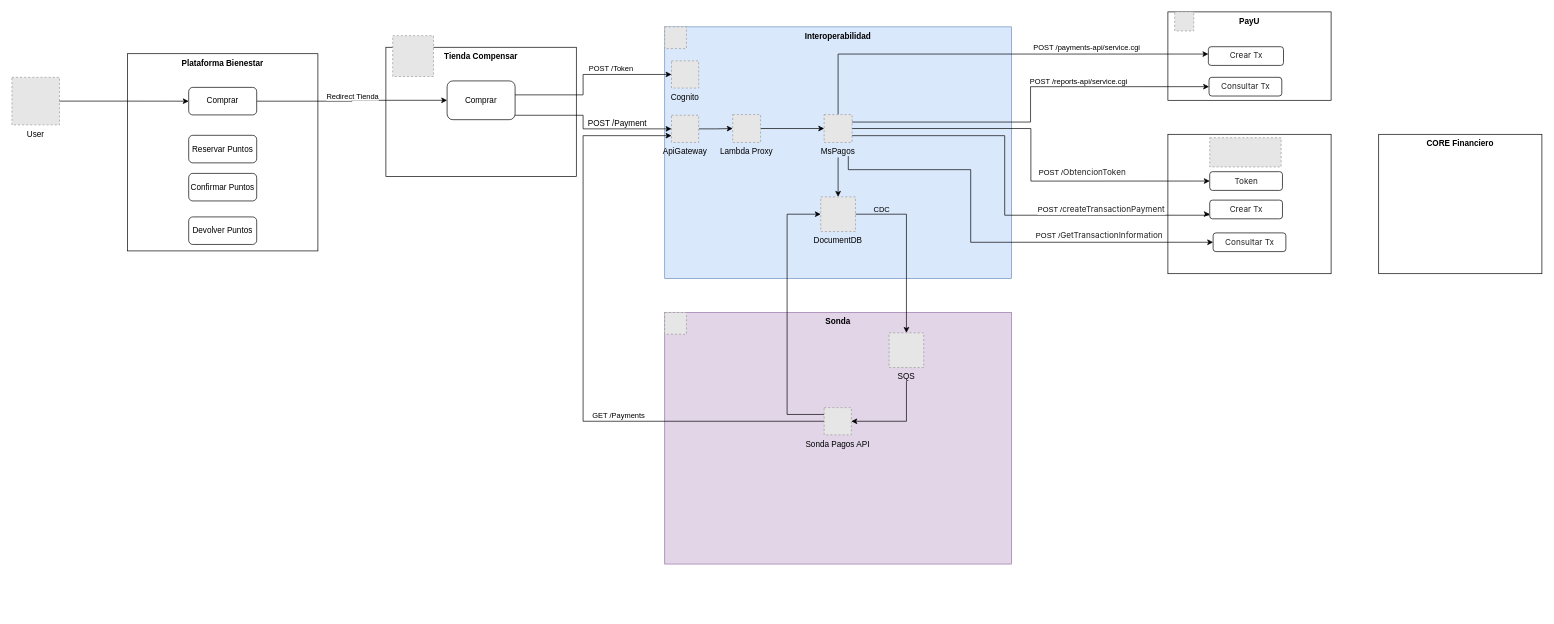
This is R+D.drawio from carlosvalderrama1204/diagrams, a draw.io file, before an edit. Source tidied: cells renumbered, new cells numbered last; positions are measured from the earlier drawing's top-left corner, leaving out a move shared by most shapes. Both pictures are drawn from the tidied source at 68%, with x=0, y=0 at pixel (12, 12). Pictures stored in the file or linked from it are replaced by grey dashed boxes.
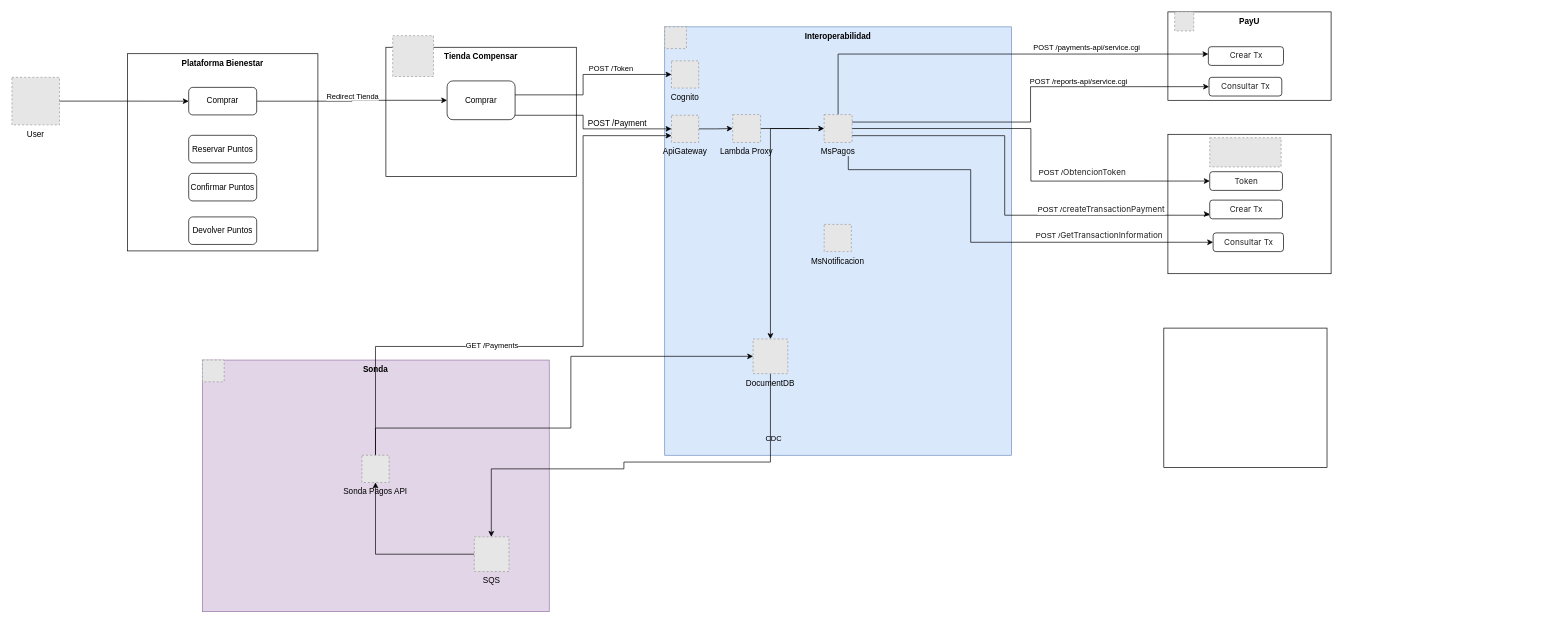
After the change.

The change refers to these unchanged cells:
```xml
<mxCell id="21" value="ApiGateway" style="fillColor=#E6E6E6;strokeColor=#999999;dashed=1;verticalLabelPosition=bottom;labelBackgroundColor=none;verticalAlign=top;" parent="1" vertex="1">
  <mxGeometry x="970" y="152" width="40" height="40" as="geometry" />
</mxCell>
```

The edit, as a diff of the source:
```diff
@@
     <mxCell id="2" value="Sonda" style="rounded=0;whiteSpace=wrap;html=1;verticalAlign=top;fontStyle=1;textShadow=0;fillColor=#e1d5e7;strokeColor=#9673a6;" parent="1" vertex="1">
-      <mxGeometry x="960" y="442" width="510" height="370" as="geometry" />
+      <mxGeometry x="280.2" y="512" width="510" height="370" as="geometry" />
     </mxCell>
@@
     <mxCell id="6" value="Interoperabilidad" style="rounded=0;whiteSpace=wrap;html=1;verticalAlign=top;fontStyle=1;textShadow=0;fillColor=#dae8fc;strokeColor=#6c8ebf;" parent="1" vertex="1">
-      <mxGeometry x="960" y="22" width="510" height="370" as="geometry" />
+      <mxGeometry x="960" y="22" width="510" height="630" as="geometry" />
     </mxCell>
@@
     <mxCell id="38" style="edgeStyle=orthogonalEdgeStyle;rounded=0;jettySize=auto;html=1;" parent="1" edge="1" source="40" target="57">
-      <mxGeometry relative="1" as="geometry" />
+      <mxGeometry relative="1" as="geometry">
+        <Array as="points">
+          <mxPoint x="1115" y="662" />
+          <mxPoint x="900" y="662" />
+          <mxPoint x="900" y="672" />
+          <mxPoint x="705" y="672" />
+        </Array>
+      </mxGeometry>
     </mxCell>
@@
     <mxCell id="40" value="DocumentDB" style="fillColor=#E6E6E6;strokeColor=#999999;dashed=1;verticalLabelPosition=bottom;labelBackgroundColor=none;verticalAlign=top;" parent="1" vertex="1">
-      <mxGeometry x="1189.5" y="272" width="51" height="51" as="geometry" />
+      <mxGeometry x="1090" y="481" width="51" height="51" as="geometry" />
     </mxCell>
@@
     <mxCell id="44" value="&lt;span style=&quot;color: rgb(33, 33, 33); font-family: Inter, system-ui, -apple-system, BlinkMacSystemFont, &amp;quot;Segoe UI&amp;quot;, Roboto, Oxygen, Ubuntu, Cantarell, &amp;quot;Fira Sans&amp;quot;, &amp;quot;Droid Sans&amp;quot;, Helvetica, Arial, sans-serif; text-align: left; white-space-collapse: preserve; background-color: rgb(255, 255, 255);&quot;&gt;Consultar Tx&lt;/span&gt;" style="rounded=1;whiteSpace=wrap;html=1;" parent="1" vertex="1">
-      <mxGeometry x="1766.5" y="325" width="107" height="27.5" as="geometry" />
+      <mxGeometry x="1766.5" y="325" width="103.5" height="27.5" as="geometry" />
     </mxCell>
@@
     <mxCell id="51" style="fillColor=#E6E6E6;strokeColor=#999999;dashed=1;verticalLabelPosition=bottom;labelBackgroundColor=default;verticalAlign=top;" parent="1" vertex="1">
-      <mxGeometry x="960" y="442" width="32" height="32" as="geometry" />
+      <mxGeometry x="280.2" y="512" width="32" height="32" as="geometry" />
     </mxCell>
-    <mxCell id="52" style="edgeStyle=orthogonalEdgeStyle;rounded=0;jettySize=auto;html=1;entryX=0;entryY=0.5;entryDx=0;entryDy=0;" parent="1" edge="1" source="55" target="40">
-      <mxGeometry relative="1" as="geometry">
-        <Array as="points">
-          <mxPoint x="1140" y="592" />
-          <mxPoint x="1140" y="298" />
-        </Array>
-      </mxGeometry>
-    </mxCell>
     <mxCell id="53" style="edgeStyle=orthogonalEdgeStyle;rounded=0;jettySize=auto;html=1;entryX=0;entryY=0.75;entryDx=0;entryDy=0;" parent="1" edge="1" source="55" target="21">
       <mxGeometry relative="1" as="geometry">
         <Array as="points">
-          <mxPoint x="840" y="602" />
+          <mxPoint x="535" y="492" />
+          <mxPoint x="840" y="492" />
           <mxPoint x="840" y="182" />
         </Array>
       </mxGeometry>
     </mxCell>
@@
+    <mxCell id="52" style="edgeStyle=orthogonalEdgeStyle;rounded=0;jettySize=auto;html=1;entryX=0;entryY=0.5;entryDx=0;entryDy=0;" parent="1" edge="1" source="55" target="40">
+      <mxGeometry relative="1" as="geometry">
+        <Array as="points">
+          <mxPoint x="535" y="612" />
+          <mxPoint x="822" y="612" />
+          <mxPoint x="822" y="506" />
+        </Array>
+      </mxGeometry>
+    </mxCell>
     <mxCell id="55" value="Sonda Pagos API" style="fillColor=#E6E6E6;strokeColor=#999999;dashed=1;verticalLabelPosition=bottom;labelBackgroundColor=none;verticalAlign=top;" parent="1" vertex="1">
-      <mxGeometry x="1194.5" y="582" width="40" height="40" as="geometry" />
+      <mxGeometry x="514.7" y="652" width="40" height="40" as="geometry" />
     </mxCell>
-    <mxCell id="56" style="edgeStyle=orthogonalEdgeStyle;rounded=0;jettySize=auto;html=1;entryX=1;entryY=0.5;entryDx=0;entryDy=0;sourcePerimeterSpacing=20;" parent="1" edge="1" source="57" target="55">
-      <mxGeometry relative="1" as="geometry">
-        <Array as="points">
-          <mxPoint x="1316" y="602" />
-        </Array>
-      </mxGeometry>
+    <mxCell id="56" style="edgeStyle=orthogonalEdgeStyle;rounded=0;jettySize=auto;html=1;sourcePerimeterSpacing=20;exitX=0;exitY=0.5;exitDx=0;exitDy=0;" parent="1" edge="1" source="57" target="55">
+      <mxGeometry relative="1" as="geometry" />
     </mxCell>
     <mxCell id="57" value="SQS" style="fillColor=#E6E6E6;strokeColor=#999999;dashed=1;verticalLabelPosition=bottom;labelBackgroundColor=none;verticalAlign=top;" parent="1" vertex="1">
-      <mxGeometry x="1290" y="472" width="51" height="51" as="geometry" />
+      <mxGeometry x="680" y="772" width="51" height="51" as="geometry" />
     </mxCell>
-    <mxCell id="58" value="CORE Financiero" style="rounded=0;whiteSpace=wrap;html=1;fontStyle=1;verticalAlign=top;" parent="1" vertex="1">
-      <mxGeometry x="2010" y="180" width="240" height="205" as="geometry" />
-    </mxCell>
+    <mxCell id="59" value="MsNotificacion" style="fillColor=#E6E6E6;strokeColor=#999999;dashed=1;verticalLabelPosition=bottom;labelBackgroundColor=none;verticalAlign=top;" parent="1" vertex="1">
+      <mxGeometry x="1194.5" y="312.5" width="40" height="40" as="geometry" />
+    </mxCell>
+    <mxCell id="60" style="rounded=0;whiteSpace=wrap;html=1;" parent="1" vertex="1">
+      <mxGeometry x="1694" y="465" width="240" height="205" as="geometry" />
+    </mxCell>
```
